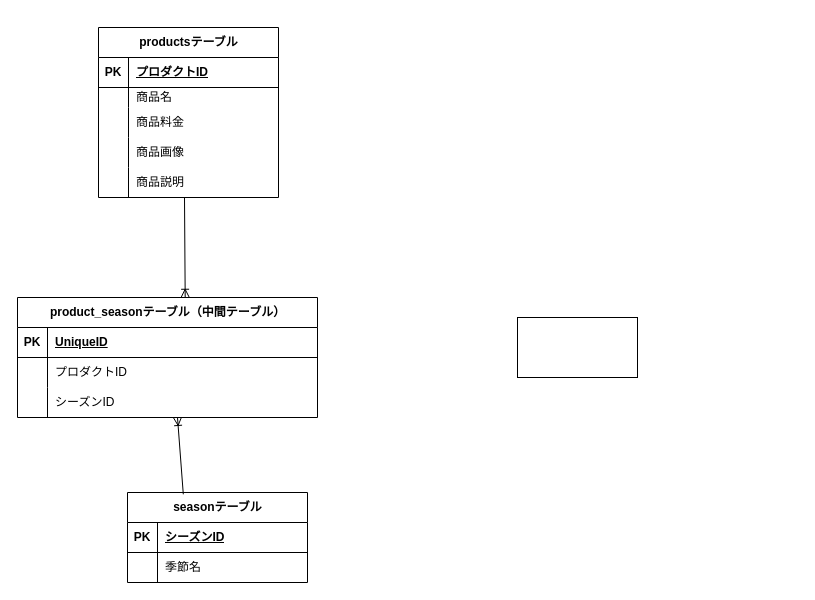
Earlier version of the draw.io diagram coachtech/laravel/fruit-laravel/fruit.dio (aya1204/fruit). Source tidied: cells renumbered, new cells numbered last; positions are measured from the earlier drawing's top-left corner, leaving out a move shared by most shapes. Both pictures are drawn from the tidied source at 100%, with x=0, y=0 at pixel (17, 27).
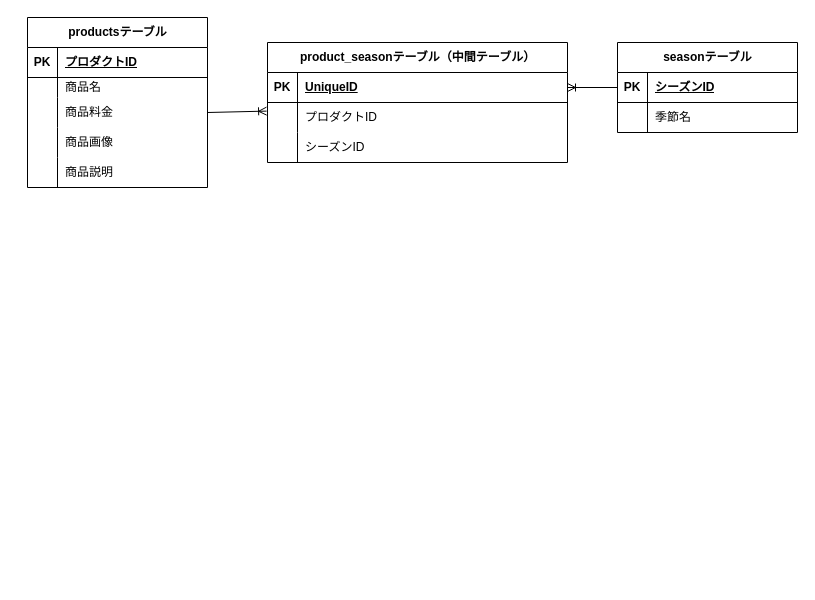
The same diagram, later.

Unchanged cells that the change refers to:
```xml
<mxCell id="9" style="shape=tableRow;horizontal=0;startSize=0;swimlaneHead=0;swimlaneBody=0;fillColor=none;points=[[0,0.5],[1,0.5]];portConstraint=eastwest;top=0;left=0;right=0;bottom=0;" parent="2" vertex="1">
  <mxGeometry y="80" width="180" height="30" as="geometry" />
</mxCell>
<mxCell id="20" style="shape=tableRow;horizontal=0;startSize=0;swimlaneHead=0;swimlaneBody=0;fillColor=none;points=[[0,0.5],[1,0.5]];portConstraint=eastwest;top=0;left=0;right=0;bottom=1;" parent="19" vertex="1">
  <mxGeometry y="30" width="180" height="30" as="geometry" />
</mxCell>
<mxCell id="27" style="shape=tableRow;horizontal=0;startSize=0;swimlaneHead=0;swimlaneBody=0;fillColor=none;points=[[0,0.5],[1,0.5]];portConstraint=eastwest;top=0;left=0;right=0;bottom=1;" parent="26" vertex="1">
  <mxGeometry y="30" width="300" height="30" as="geometry" />
</mxCell>
<mxCell id="30" style="shape=tableRow;horizontal=0;startSize=0;swimlaneHead=0;swimlaneBody=0;fillColor=none;points=[[0,0.5],[1,0.5]];portConstraint=eastwest;top=0;left=0;right=0;bottom=0;" parent="26" vertex="1">
  <mxGeometry y="60" width="300" height="30" as="geometry" />
</mxCell>
```

Diff of the diagram source:
```diff
@@
     <mxCell id="2" value="productsテーブル" style="shape=table;startSize=30;childLayout=tableLayout;rowLines=0;fontStyle=1;align=center;html=1;" parent="1" vertex="1">
-      <mxGeometry x="81" width="180" height="170" as="geometry" />
+      <mxGeometry x="10" y="-10" width="180" height="170" as="geometry" />
     </mxCell>
@@
-    <mxCell id="18" style="whiteSpace=wrap;html=1;" parent="1" vertex="1">
-      <mxGeometry x="500" y="290" width="120" height="60" as="geometry" />
-    </mxCell>
     <mxCell id="19" value="seasonテーブル" style="shape=table;startSize=30;childLayout=tableLayout;rowLines=0;fontStyle=1;align=center;html=1;" parent="1" vertex="1">
-      <mxGeometry x="110" y="465" width="180" height="90" as="geometry" />
+      <mxGeometry x="600" y="15" width="180" height="90" as="geometry" />
     </mxCell>
@@
     <mxCell id="26" value="product_seasonテーブル（中間テーブル）" style="shape=table;startSize=30;childLayout=tableLayout;rowLines=0;fontStyle=1;align=center;html=1;" parent="1" vertex="1">
-      <mxGeometry y="270" width="300" height="120" as="geometry" />
+      <mxGeometry x="250" y="15" width="300" height="120" as="geometry" />
     </mxCell>
@@
-    <mxCell id="36" style="fontSize=12;html=1;endArrow=ERoneToMany;exitX=0.31;exitY=0.02;exitDx=0;exitDy=0;exitPerimeter=0;" parent="1" edge="1" source="19">
-      <mxGeometry relative="1" as="geometry">
-        <mxPoint x="160" y="390" as="targetPoint" />
-      </mxGeometry>
+    <mxCell id="36" style="fontSize=12;html=1;endArrow=ERoneToMany;exitX=0;exitY=0.5;exitDx=0;exitDy=0;entryX=1;entryY=0.5;entryDx=0;entryDy=0;" parent="1" edge="1" source="20" target="27">
+      <mxGeometry relative="1" as="geometry" />
     </mxCell>
-    <mxCell id="37" style="fontSize=12;html=1;endArrow=ERoneToMany;entryX=0.559;entryY=-0.002;entryDx=0;entryDy=0;entryPerimeter=0;" parent="1" edge="1" target="26">
-      <mxGeometry relative="1" as="geometry">
-        <mxPoint x="167" y="170" as="sourcePoint" />
-      </mxGeometry>
+    <mxCell id="37" style="fontSize=12;html=1;endArrow=ERoneToMany;entryX=-0.003;entryY=0.287;entryDx=0;entryDy=0;exitX=1;exitY=0.5;exitDx=0;exitDy=0;entryPerimeter=0;" parent="1" edge="1" source="9" target="30">
+      <mxGeometry relative="1" as="geometry" />
     </mxCell>
```
